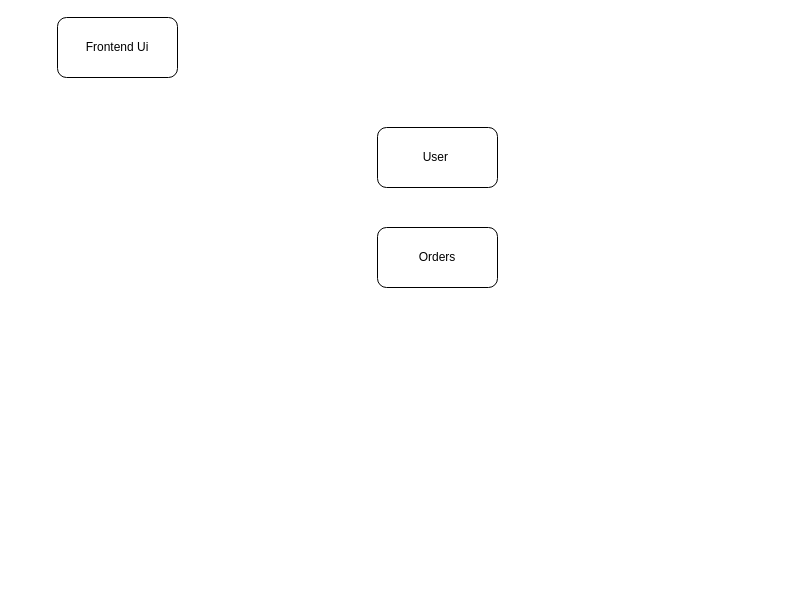
Before: Infrastructure.drawio in june9999/Wbs_Delivery, a draw.io diagram. Source tidied: cells renumbered, new cells numbered last; positions are measured from the earlier drawing's top-left corner, leaving out a move shared by most shapes. Both pictures are drawn from the tidied source at 100%, with x=0, y=0 at pixel (57, 17).
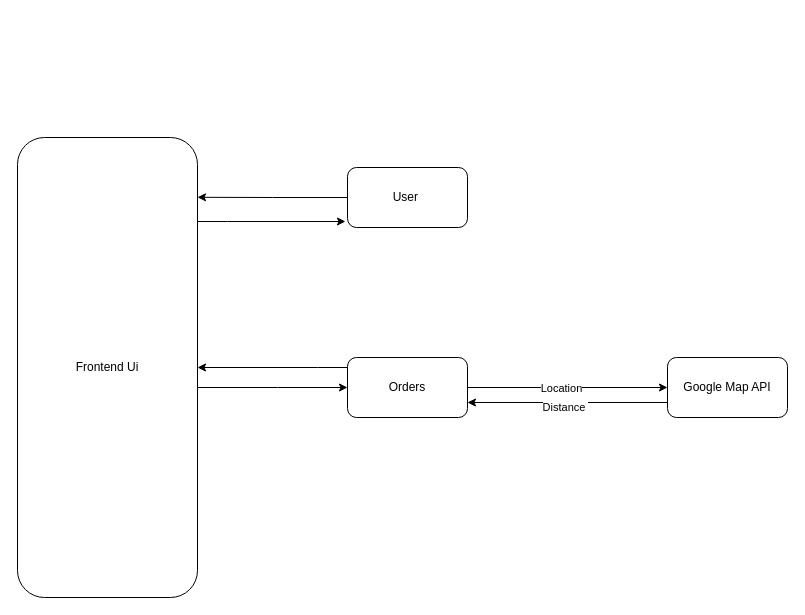
Above is the later version.

The edit, as a diff of the source:
```diff
@@
 <mxGraphModel>
   <root>
     <mxCell id="0" />
     <mxCell id="1" parent="0" />
     <mxCell id="2" value="User&amp;nbsp;" style="rounded=1;whiteSpace=wrap;html=1;" parent="1" vertex="1">
-      <mxGeometry x="320" y="110" width="120" height="60" as="geometry" />
+      <mxGeometry x="290" y="150" width="120" height="60" as="geometry" />
     </mxCell>
+    <mxCell id="5" style="edgeStyle=orthogonalEdgeStyle;rounded=0;jettySize=auto;html=1;exitX=0;exitY=0.75;exitDx=0;exitDy=0;entryX=1;entryY=0.75;entryDx=0;entryDy=0;" parent="1" edge="1" source="3" target="11">
+      <mxGeometry relative="1" as="geometry" />
+    </mxCell>
+    <mxCell id="6" value="Distance&amp;nbsp;" style="edgeLabel;html=1;align=center;verticalAlign=middle;" parent="5" vertex="1">
+      <mxGeometry x="0.03" y="4" relative="1" as="geometry" />
+    </mxCell>
-    <mxCell id="3" value="Orders" style="rounded=1;whiteSpace=wrap;html=1;" parent="1" vertex="1">
-      <mxGeometry x="320" y="210" width="120" height="60" as="geometry" />
+    <mxCell id="3" value="Google Map API" style="rounded=1;whiteSpace=wrap;html=1;" parent="1" vertex="1">
+      <mxGeometry x="610" y="340" width="120" height="60" as="geometry" />
     </mxCell>
+    <mxCell id="7" style="edgeStyle=orthogonalEdgeStyle;rounded=0;jettySize=auto;html=1;" parent="1" edge="1" source="4" target="11">
+      <mxGeometry relative="1" as="geometry">
+        <Array as="points">
+          <mxPoint x="220" y="370" />
+          <mxPoint x="220" y="370" />
+        </Array>
+      </mxGeometry>
+    </mxCell>
     <mxCell id="4" value="Frontend Ui" style="rounded=1;whiteSpace=wrap;html=1;" parent="1" vertex="1">
-      <mxGeometry width="120" height="60" as="geometry" />
+      <mxGeometry x="-40" y="120" width="180" height="460" as="geometry" />
     </mxCell>
+    <mxCell id="8" style="edgeStyle=orthogonalEdgeStyle;rounded=0;jettySize=auto;html=1;entryX=0;entryY=0.5;entryDx=0;entryDy=0;" parent="1" edge="1" source="11" target="3">
+      <mxGeometry relative="1" as="geometry" />
+    </mxCell>
+    <mxCell id="9" value="Location" style="edgeLabel;html=1;align=center;verticalAlign=middle;" parent="8" vertex="1">
+      <mxGeometry x="-0.07" relative="1" as="geometry" />
+    </mxCell>
+    <mxCell id="10" style="edgeStyle=orthogonalEdgeStyle;rounded=0;jettySize=auto;html=1;" parent="1" edge="1" source="11" target="4">
+      <mxGeometry relative="1" as="geometry">
+        <Array as="points">
+          <mxPoint x="260" y="350" />
+          <mxPoint x="260" y="350" />
+        </Array>
+      </mxGeometry>
+    </mxCell>
+    <mxCell id="11" value="Orders" style="rounded=1;whiteSpace=wrap;html=1;" parent="1" vertex="1">
+      <mxGeometry x="290" y="340" width="120" height="60" as="geometry" />
+    </mxCell>
+    <mxCell id="12" style="edgeStyle=orthogonalEdgeStyle;rounded=0;jettySize=auto;html=1;entryX=1;entryY=0.13;entryDx=0;entryDy=0;entryPerimeter=0;" parent="1" edge="1" source="2" target="4">
+      <mxGeometry relative="1" as="geometry" />
+    </mxCell>
+    <mxCell id="13" style="edgeStyle=orthogonalEdgeStyle;rounded=0;jettySize=auto;html=1;entryX=-0.017;entryY=0.9;entryDx=0;entryDy=0;entryPerimeter=0;" parent="1" edge="1" source="4" target="2">
+      <mxGeometry relative="1" as="geometry">
+        <Array as="points">
+          <mxPoint x="170" y="204" />
+          <mxPoint x="170" y="204" />
+        </Array>
+      </mxGeometry>
+    </mxCell>
   </root>
 </mxGraphModel>
```
